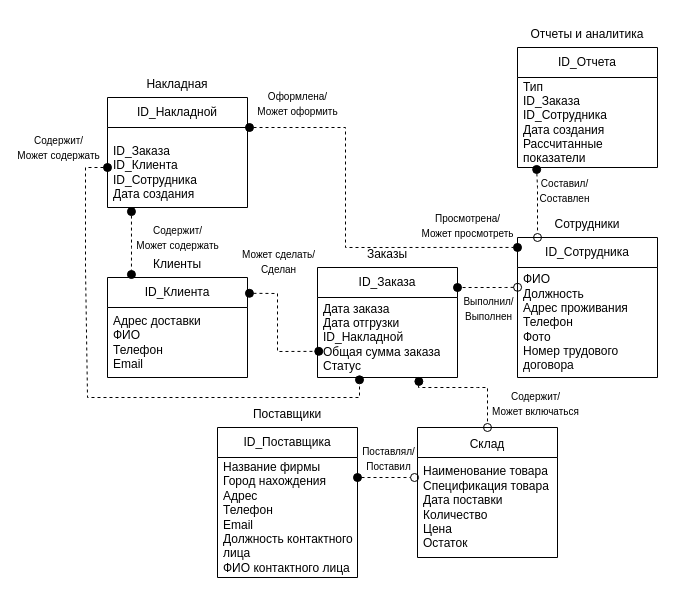
Above: ОРТПС_6.drawio in mopsin666/AKMS (draw.io), before the change. Source tidied: cells renumbered, new cells numbered last; positions are measured from the earlier drawing's top-left corner, leaving out a move shared by most shapes. Both pictures are drawn from the tidied source at 100%, with x=0, y=0 at pixel (85, 17).
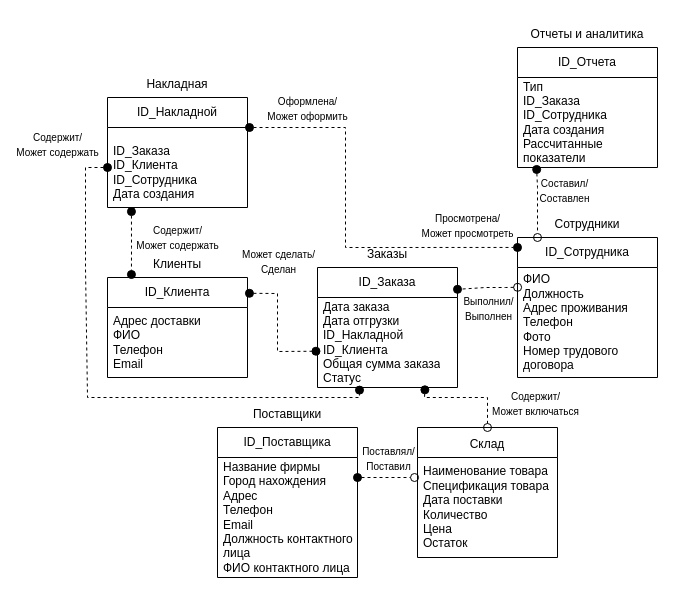
Above is the later version.

The change refers to these unchanged cells:
```xml
<mxCell id="5" value="ID_Клиента" style="swimlane;fontStyle=0;horizontal=1;startSize=30;whiteSpace=wrap;html=1;align=center;" parent="1" vertex="1">
  <mxGeometry x="22" y="260" width="140" height="100" as="geometry" />
</mxCell>
<mxCell id="16" value="&lt;font style=&quot;font-size: 12px;&quot;&gt;Склад&lt;/font&gt;" style="text;html=1;whiteSpace=wrap;strokeColor=none;fillColor=none;align=center;verticalAlign=middle;rounded=0;fontSize=16;" parent="1" vertex="1">
  <mxGeometry x="372" y="410" width="60" height="30" as="geometry" />
</mxCell>
<mxCell id="33" style="html=1;verticalAlign=bottom;startArrow=oval;startFill=1;endArrow=oval;startSize=8;endSize=8;curved=0;rounded=0;fontSize=12;dashed=1;endFill=1;entryX=0;entryY=0.071;entryDx=0;entryDy=0;entryPerimeter=0;" parent="1" edge="1" target="8">
  <mxGeometry relative="1" as="geometry">
    <mxPoint x="164" y="110" as="sourcePoint" />
    <Array as="points">
      <mxPoint x="260" y="110" />
      <mxPoint x="260" y="230" />
    </Array>
  </mxGeometry>
</mxCell>
```

Change to the diagram source:
```diff
@@
     <mxCell id="2" value="ID_Заказа" style="swimlane;fontStyle=0;horizontal=1;startSize=30;whiteSpace=wrap;html=1;align=center;" parent="1" vertex="1">
-      <mxGeometry x="232" y="250" width="140" height="110" as="geometry" />
+      <mxGeometry x="232" y="250" width="140" height="120" as="geometry" />
     </mxCell>
-    <mxCell id="3" value="Дата заказа&lt;div&gt;Дата отгрузки&lt;/div&gt;&lt;div&gt;ID_Накладной&lt;/div&gt;&lt;div&gt;Общая сумма заказа&lt;/div&gt;&lt;div&gt;Статус&lt;/div&gt;" style="text;strokeColor=none;fillColor=none;align=left;verticalAlign=middle;spacingLeft=4;spacingRight=4;overflow=hidden;points=[[0,0.5],[1,0.5]];portConstraint=eastwest;whiteSpace=wrap;html=1;" parent="2" vertex="1">
-      <mxGeometry y="30" width="140" height="80" as="geometry" />
+    <mxCell id="3" value="Дата заказа&lt;div&gt;Дата отгрузки&lt;/div&gt;&lt;div&gt;ID_Накладной&lt;br&gt;ID_Клиента&lt;/div&gt;&lt;div&gt;Общая сумма заказа&lt;/div&gt;&lt;div&gt;Статус&lt;/div&gt;" style="text;strokeColor=none;fillColor=none;align=left;verticalAlign=middle;spacingLeft=4;spacingRight=4;overflow=hidden;points=[[0,0.5],[1,0.5]];portConstraint=eastwest;whiteSpace=wrap;html=1;" parent="2" vertex="1">
+      <mxGeometry y="30" width="140" height="90" as="geometry" />
     </mxCell>
@@
-    <mxCell id="23" style="html=1;verticalAlign=bottom;startArrow=oval;startFill=1;endArrow=oval;startSize=8;endSize=8;curved=0;rounded=0;fontSize=12;dashed=1;endFill=1;exitX=1.014;exitY=0.158;exitDx=0;exitDy=0;exitPerimeter=0;entryX=0.009;entryY=0.673;entryDx=0;entryDy=0;entryPerimeter=0;" parent="1" edge="1" source="5" target="3">
+    <mxCell id="23" style="html=1;verticalAlign=bottom;startArrow=oval;startFill=1;endArrow=oval;startSize=8;endSize=8;curved=0;rounded=0;fontSize=12;dashed=1;endFill=1;exitX=1.014;exitY=0.158;exitDx=0;exitDy=0;exitPerimeter=0;entryX=-0.011;entryY=0.597;entryDx=0;entryDy=0;entryPerimeter=0;" parent="1" edge="1" source="5" target="3">
       <mxGeometry relative="1" as="geometry">
         <Array as="points">
           <mxPoint x="192" y="276" />
           <mxPoint x="192" y="334" />
         </Array>
       </mxGeometry>
     </mxCell>
@@
-    <mxCell id="28" style="html=1;verticalAlign=bottom;startArrow=oval;startFill=1;endArrow=oval;startSize=8;endSize=8;curved=0;rounded=0;fontSize=12;dashed=1;endFill=0;entryX=0.5;entryY=0;entryDx=0;entryDy=0;exitX=0.724;exitY=1.049;exitDx=0;exitDy=0;exitPerimeter=0;" parent="1" edge="1" source="3" target="16">
+    <mxCell id="28" style="html=1;verticalAlign=bottom;startArrow=oval;startFill=1;endArrow=oval;startSize=8;endSize=8;curved=0;rounded=0;fontSize=12;dashed=1;endFill=0;entryX=0.5;entryY=0;entryDx=0;entryDy=0;exitX=0.767;exitY=1.026;exitDx=0;exitDy=0;exitPerimeter=0;" parent="1" edge="1" source="3" target="16">
       <mxGeometry relative="1" as="geometry">
         <Array as="points">
-          <mxPoint x="333" y="370" />
-          <mxPoint x="392" y="370" />
-          <mxPoint x="402" y="370" />
+          <mxPoint x="339" y="380" />
+          <mxPoint x="362" y="380" />
+          <mxPoint x="402" y="380" />
         </Array>
       </mxGeometry>
     </mxCell>
@@
     <mxCell id="34" value="&lt;span style=&quot;font-size: 10px;&quot;&gt;Оформлена/&lt;br&gt;Может оформить&lt;/span&gt;" style="edgeLabel;html=1;align=center;verticalAlign=middle;fontSize=12;" parent="33" vertex="1">
       <mxGeometry x="-0.54" y="2" relative="1" as="geometry">
-        <mxPoint x="-42" y="-23" as="offset" />
+        <mxPoint x="-32" y="-18" as="offset" />
       </mxGeometry>
     </mxCell>
```
